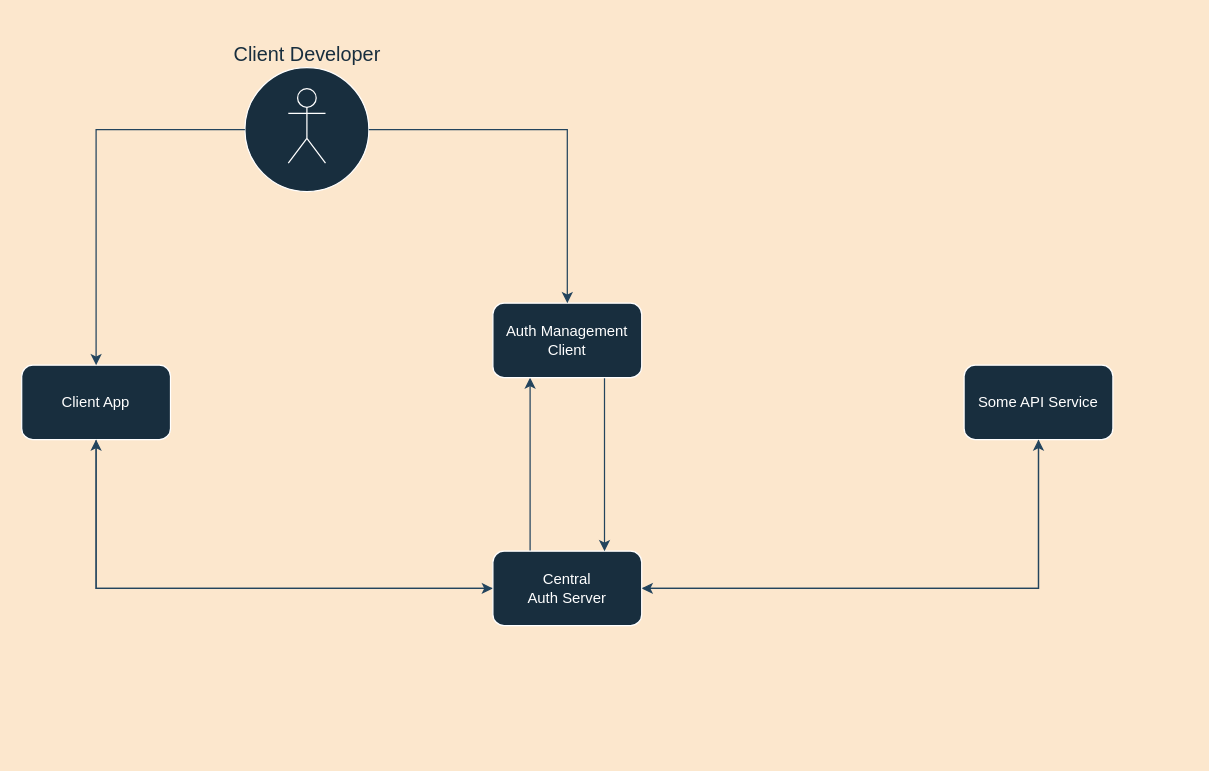
Earlier version of the draw.io diagram assets/Untitled Diagram.drawio (U-C-S/CAuth). Source tidied: cells renumbered, new cells numbered last; positions are measured from the earlier drawing's top-left corner, leaving out a move shared by most shapes. Both pictures are drawn from the tidied source at 124%, with x=0, y=0 at pixel (21, 67).
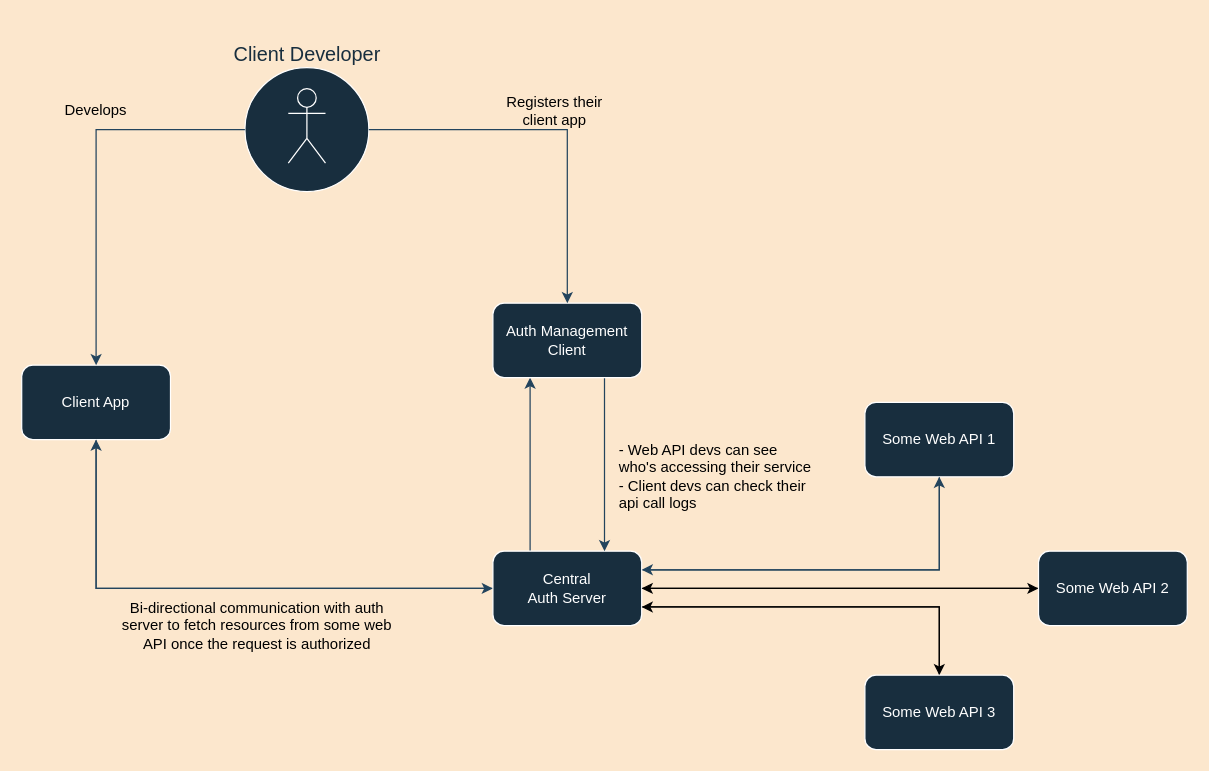
The same diagram, later.

Commit message:
Add text info to diagram

The change refers to these unchanged cells:
```xml
<mxCell id="9" value="&lt;div&gt;Central &lt;br&gt;&lt;/div&gt;&lt;div&gt;Auth Server&lt;/div&gt;" style="rounded=1;whiteSpace=wrap;html=1;fillColor=#182E3E;strokeColor=#FFFFFF;fontColor=#FFFFFF;" parent="1" vertex="1">
  <mxGeometry x="380" y="390" width="120" height="60" as="geometry" />
</mxCell>
```

Change to the diagram source:
```diff
@@
-    <mxCell id="4" style="edgeStyle=orthogonalEdgeStyle;rounded=0;jettySize=auto;html=1;exitX=0.5;exitY=1;exitDx=0;exitDy=0;entryX=1;entryY=0.5;entryDx=0;entryDy=0;labelBackgroundColor=#FCE7CD;strokeColor=#23445D;" parent="1" edge="1" source="5" target="9">
+    <mxCell id="4" style="edgeStyle=orthogonalEdgeStyle;rounded=0;jettySize=auto;html=1;exitX=0.5;exitY=1;exitDx=0;exitDy=0;entryX=1;entryY=0.25;entryDx=0;entryDy=0;labelBackgroundColor=#FCE7CD;strokeColor=#23445D;" parent="1" edge="1" source="5" target="9">
       <mxGeometry relative="1" as="geometry" />
     </mxCell>
-    <mxCell id="5" value="Some API Service" style="rounded=1;whiteSpace=wrap;html=1;fillColor=#182E3E;strokeColor=#FFFFFF;fontColor=#FFFFFF;" parent="1" vertex="1">
-      <mxGeometry x="760" y="240" width="120" height="60" as="geometry" />
+    <mxCell id="5" value="Some Web API 1" style="rounded=1;whiteSpace=wrap;html=1;fillColor=#182E3E;strokeColor=#FFFFFF;fontColor=#FFFFFF;" parent="1" vertex="1">
+      <mxGeometry x="680" y="270" width="120" height="60" as="geometry" />
     </mxCell>
@@
-    <mxCell id="8" style="edgeStyle=orthogonalEdgeStyle;rounded=0;jettySize=auto;html=1;exitX=1;exitY=0.5;exitDx=0;exitDy=0;entryX=0.5;entryY=1;entryDx=0;entryDy=0;labelBackgroundColor=#FCE7CD;strokeColor=#23445D;" parent="1" edge="1" source="9" target="5">
+    <mxCell id="8" style="edgeStyle=orthogonalEdgeStyle;rounded=0;jettySize=auto;html=1;exitX=1;exitY=0.25;exitDx=0;exitDy=0;entryX=0.5;entryY=1;entryDx=0;entryDy=0;labelBackgroundColor=#FCE7CD;strokeColor=#23445D;" parent="1" edge="1" source="9" target="5">
       <mxGeometry relative="1" as="geometry" />
     </mxCell>
+    <mxCell id="17" style="edgeStyle=orthogonalEdgeStyle;rounded=0;jettySize=auto;html=1;exitX=1;exitY=0.5;exitDx=0;exitDy=0;entryX=0;entryY=0.5;entryDx=0;entryDy=0;" parent="1" edge="1" source="9" target="24">
+      <mxGeometry relative="1" as="geometry" />
+    </mxCell>
+    <mxCell id="18" style="edgeStyle=orthogonalEdgeStyle;rounded=0;jettySize=auto;html=1;exitX=1;exitY=0.75;exitDx=0;exitDy=0;entryX=0.5;entryY=0;entryDx=0;entryDy=0;" parent="1" edge="1" source="9" target="26">
+      <mxGeometry relative="1" as="geometry" />
+    </mxCell>
@@
+    <mxCell id="19" value="&lt;div&gt;Registers their client app&lt;/div&gt;" style="text;html=1;strokeColor=none;fillColor=none;align=center;verticalAlign=middle;whiteSpace=wrap;rounded=0;" parent="1" vertex="1">
+      <mxGeometry x="390" y="20" width="80" height="30" as="geometry" />
+    </mxCell>
+    <mxCell id="20" value="Develops" style="text;html=1;strokeColor=none;fillColor=none;align=center;verticalAlign=middle;whiteSpace=wrap;rounded=0;" parent="1" vertex="1">
+      <mxGeometry x="30" y="20" width="60" height="30" as="geometry" />
+    </mxCell>
+    <mxCell id="21" value="&lt;div align=&quot;left&quot;&gt;- Web API devs can see who's accessing their service&lt;/div&gt;&lt;div align=&quot;left&quot;&gt;- Client devs can check their api call logs&lt;br&gt;&lt;/div&gt;" style="text;html=1;strokeColor=none;fillColor=none;align=left;verticalAlign=middle;whiteSpace=wrap;rounded=0;" parent="1" vertex="1">
+      <mxGeometry x="480" y="280" width="160" height="100" as="geometry" />
+    </mxCell>
+    <mxCell id="22" value="Bi-directional communication with auth server to fetch resources from some web API once the request is authorized" style="text;html=1;strokeColor=none;fillColor=none;align=center;verticalAlign=middle;whiteSpace=wrap;rounded=0;" parent="1" vertex="1">
+      <mxGeometry x="80" y="420" width="220" height="60" as="geometry" />
+    </mxCell>
+    <mxCell id="23" style="edgeStyle=orthogonalEdgeStyle;rounded=0;jettySize=auto;html=1;exitX=0;exitY=0.5;exitDx=0;exitDy=0;entryX=1;entryY=0.5;entryDx=0;entryDy=0;" parent="1" edge="1" source="24" target="9">
+      <mxGeometry relative="1" as="geometry" />
+    </mxCell>
+    <mxCell id="24" value="Some Web API 2" style="rounded=1;whiteSpace=wrap;html=1;fillColor=#182E3E;strokeColor=#FFFFFF;fontColor=#FFFFFF;" parent="1" vertex="1">
+      <mxGeometry x="820" y="390" width="120" height="60" as="geometry" />
+    </mxCell>
+    <mxCell id="25" style="edgeStyle=orthogonalEdgeStyle;rounded=0;jettySize=auto;html=1;exitX=0.5;exitY=0;exitDx=0;exitDy=0;entryX=1;entryY=0.75;entryDx=0;entryDy=0;" parent="1" edge="1" source="26" target="9">
+      <mxGeometry relative="1" as="geometry" />
+    </mxCell>
+    <mxCell id="26" value="Some Web API 3" style="rounded=1;whiteSpace=wrap;html=1;fillColor=#182E3E;strokeColor=#FFFFFF;fontColor=#FFFFFF;" parent="1" vertex="1">
+      <mxGeometry x="680" y="490" width="120" height="60" as="geometry" />
+    </mxCell>
```
